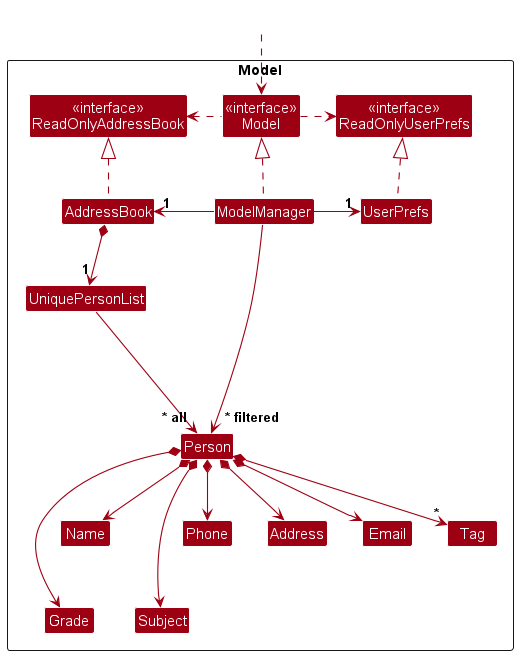
Before: docs/images/ModelClassDiagram.png, a diagram exported from PlantUML (nus-cs2103-AY2324S2/tp). Its source is kept beside it as docs/diagrams/ModelClassDiagram.puml.
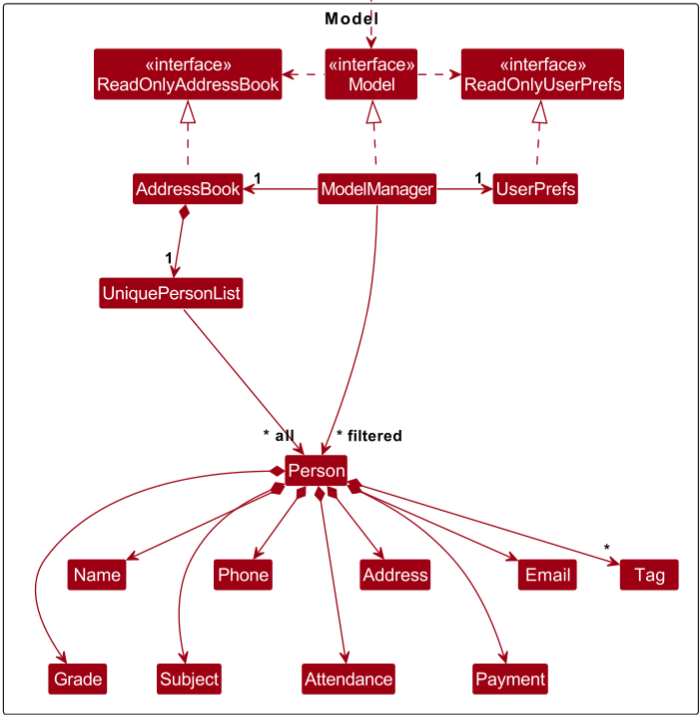
After the change.

Commit message:
update UML file to include attendance and payment in class diagram

The edit, as a diff of the source:
```diff
@@ -21,6 +21,8 @@
 Class Tag
 Class Grade
 Class Subject
+Class Attendance
+Class Payment
 
 Class I #FFFFFF
 }
@@ -46,10 +48,14 @@
 Person *--> "*" Tag
 Person *-> Grade
 Person *-> Subject
+Person *-> Attendance
+Person *-> Payment
 
 Person -[hidden]up--> I
 Name -[hidden]-> Grade
 Phone -[hidden]-> Subject
+Address -[hidden]-> Attendance
+Email -[hidden]-> Payment
 UniquePersonList -[hidden]right-> I
 
 Name -[hidden]right-> Phone
```
